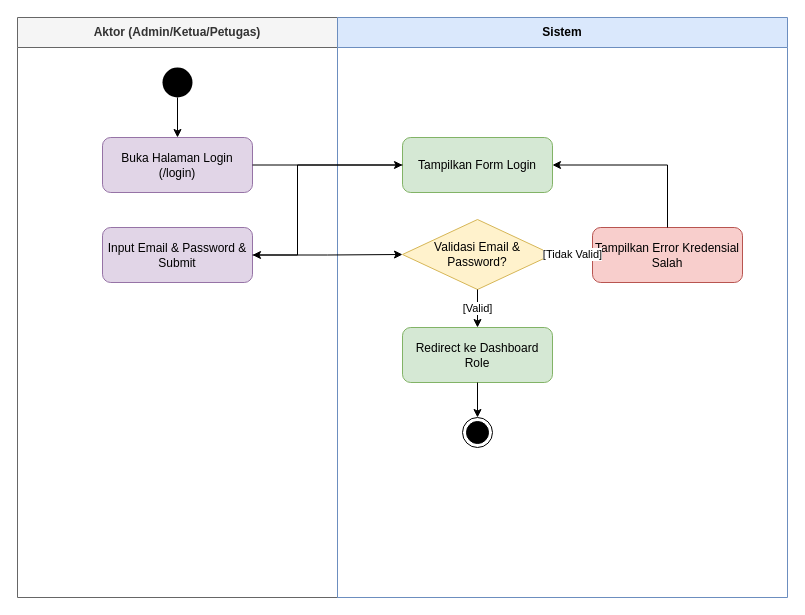
DaraAnggunJelita/jamur_tiram keeps this draw.io diagram as page "Login (Semua Role)" (1 of 16) of activity_diagram_lengkap.drawio. Above is the earlier version. Source tidied: cells renumbered, new cells numbered last; positions are measured from the earlier drawing's top-left corner, leaving out a move shared by most shapes. Both pictures are drawn from the tidied source at 100%, with x=0, y=0 at pixel (17, 17).
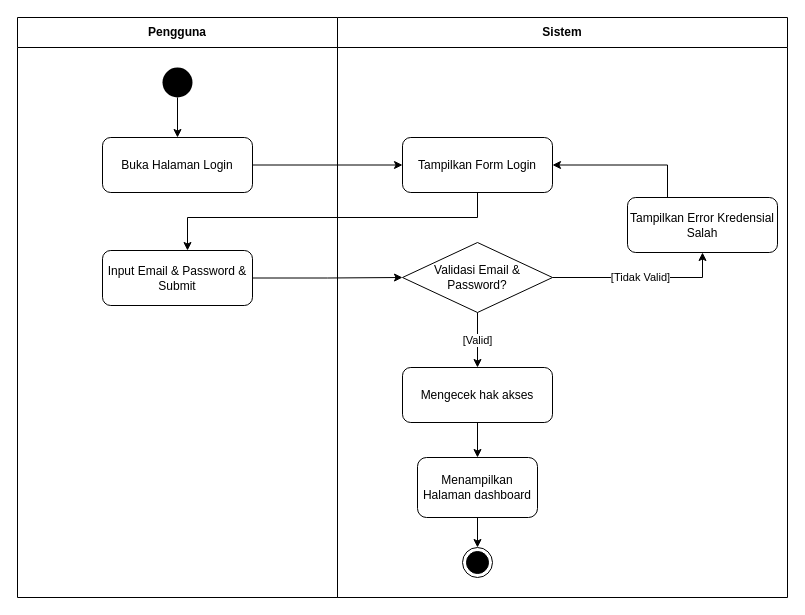
The same page after the edit.

Commit message (it also covers changes not shown here):
hapus pengaturan ews

The edit, as a diff of the source:
```diff
@@
-    <mxCell id="2" value="Aktor (Admin/Ketua/Petugas)" style="swimlane;whiteSpace=wrap;html=1;startSize=30;fillColor=#f5f5f5;fontColor=#333333;strokeColor=#666666;" parent="1" vertex="1">
+    <mxCell id="2" value="Pengguna" style="swimlane;whiteSpace=wrap;html=1;startSize=30;" parent="1" vertex="1">
       <mxGeometry width="320" height="580" as="geometry" />
     </mxCell>
+    <mxCell id="7" value="Input Email &amp; Password &amp; Submit" style="rounded=1;whiteSpace=wrap;html=1;" parent="2" vertex="1">
+      <mxGeometry x="85" y="233" width="150" height="55" as="geometry" />
+    </mxCell>
-    <mxCell id="3" value="Sistem" style="swimlane;whiteSpace=wrap;html=1;startSize=30;fillColor=#dae8fc;strokeColor=#6c8ebf;" parent="1" vertex="1">
+    <mxCell id="3" value="Sistem" style="swimlane;whiteSpace=wrap;html=1;startSize=30;" parent="1" vertex="1">
       <mxGeometry x="320" width="450" height="580" as="geometry" />
     </mxCell>
+    <mxCell id="11" style="ellipse;shape=endState;fillColor=#000000;strokeColor=#000000;html=1;" parent="3" vertex="1">
+      <mxGeometry x="125" y="530" width="30" height="30" as="geometry" />
+    </mxCell>
+    <mxCell id="20" style="edgeStyle=orthogonalEdgeStyle;rounded=0;jettySize=auto;html=1;" parent="3" edge="1" source="10" target="22">
+      <mxGeometry relative="1" as="geometry" />
+    </mxCell>
+    <mxCell id="10" value="Mengecek hak akses" style="rounded=1;whiteSpace=wrap;html=1;" parent="3" vertex="1">
+      <mxGeometry x="65" y="350" width="150" height="55" as="geometry" />
+    </mxCell>
+    <mxCell id="8" value="Validasi Email &amp; Password?" style="rhombus;whiteSpace=wrap;html=1;" parent="3" vertex="1">
+      <mxGeometry x="65" y="225" width="150" height="70" as="geometry" />
+    </mxCell>
+    <mxCell id="18" value="[Valid]" style="edgeStyle=orthogonalEdgeStyle;rounded=0;html=1;jettySize=auto;exitX=0.5;exitY=1;entryX=0.5;entryY=0;" parent="3" edge="1" source="8" target="10">
+      <mxGeometry relative="1" as="geometry" />
+    </mxCell>
+    <mxCell id="9" value="Tampilkan Error Kredensial Salah" style="rounded=1;whiteSpace=wrap;html=1;" parent="3" vertex="1">
+      <mxGeometry x="290" y="180" width="150" height="55" as="geometry" />
+    </mxCell>
+    <mxCell id="16" value="[Tidak Valid]" style="edgeStyle=orthogonalEdgeStyle;rounded=0;html=1;jettySize=auto;exitX=1;exitY=0.5;" parent="3" edge="1" source="8" target="9">
+      <mxGeometry relative="1" as="geometry">
+        <Array as="points">
+          <mxPoint x="365" y="260" />
+        </Array>
+      </mxGeometry>
+    </mxCell>
+    <mxCell id="21" style="edgeStyle=orthogonalEdgeStyle;rounded=0;jettySize=auto;html=1;" parent="3" edge="1" source="22" target="11">
+      <mxGeometry relative="1" as="geometry" />
+    </mxCell>
+    <mxCell id="22" value="Menampilkan Halaman dashboard" style="whiteSpace=wrap;html=1;rounded=1;" parent="3" vertex="1">
+      <mxGeometry x="80" y="440" width="120" height="60" as="geometry" />
+    </mxCell>
@@
-    <mxCell id="5" value="Buka Halaman Login (/login)" style="rounded=1;whiteSpace=wrap;html=1;fillColor=#e1d5e7;strokeColor=#9673a6;" parent="1" vertex="1">
+    <mxCell id="5" value="Buka Halaman Login" style="rounded=1;whiteSpace=wrap;html=1;" parent="1" vertex="1">
       <mxGeometry x="85" y="120" width="150" height="55" as="geometry" />
     </mxCell>
-    <mxCell id="6" value="Tampilkan Form Login" style="rounded=1;whiteSpace=wrap;html=1;fillColor=#d5e8d4;strokeColor=#82b366;" parent="1" vertex="1">
+    <mxCell id="6" value="Tampilkan Form Login" style="rounded=1;whiteSpace=wrap;html=1;" parent="1" vertex="1">
       <mxGeometry x="385" y="120" width="150" height="55" as="geometry" />
     </mxCell>
-    <mxCell id="7" value="Input Email &amp; Password &amp; Submit" style="rounded=1;whiteSpace=wrap;html=1;fillColor=#e1d5e7;strokeColor=#9673a6;" parent="1" vertex="1">
-      <mxGeometry x="85" y="210" width="150" height="55" as="geometry" />
-    </mxCell>
-    <mxCell id="8" value="Validasi Email &amp; Password?" style="rhombus;whiteSpace=wrap;html=1;fillColor=#fff2cc;strokeColor=#d6b656;" parent="1" vertex="1">
-      <mxGeometry x="385" y="202" width="150" height="70" as="geometry" />
-    </mxCell>
-    <mxCell id="9" value="Tampilkan Error Kredensial Salah" style="rounded=1;whiteSpace=wrap;html=1;fillColor=#f8cecc;strokeColor=#b85450;" parent="1" vertex="1">
-      <mxGeometry x="575" y="210" width="150" height="55" as="geometry" />
-    </mxCell>
-    <mxCell id="10" value="Redirect ke Dashboard Role" style="rounded=1;whiteSpace=wrap;html=1;fillColor=#d5e8d4;strokeColor=#82b366;" parent="1" vertex="1">
-      <mxGeometry x="385" y="310" width="150" height="55" as="geometry" />
-    </mxCell>
-    <mxCell id="11" style="ellipse;shape=endState;fillColor=#000000;strokeColor=#000000;html=1;" parent="1" vertex="1">
-      <mxGeometry x="445" y="400" width="30" height="30" as="geometry" />
-    </mxCell>
@@
-    <mxCell id="13" style="edgeStyle=orthogonalEdgeStyle;rounded=0;html=1;jettySize=auto;strokeColor=#000000;exitX=1;exitY=0.5;entryX=0;entryY=0.5;" parent="1" edge="1" source="5" target="6">
+    <mxCell id="13" style="edgeStyle=orthogonalEdgeStyle;rounded=0;html=1;jettySize=auto;exitX=1;exitY=0.5;entryX=0;entryY=0.5;" parent="1" edge="1" source="5" target="6">
       <mxGeometry relative="1" as="geometry" />
     </mxCell>
-    <mxCell id="14" style="edgeStyle=orthogonalEdgeStyle;rounded=0;html=1;jettySize=auto;strokeColor=#000000;exitX=0;exitY=0.5;entryX=1;entryY=0.5;" parent="1" edge="1" source="6" target="7">
+    <mxCell id="14" style="edgeStyle=orthogonalEdgeStyle;rounded=0;html=1;jettySize=auto;" parent="1" edge="1" source="6" target="7">
       <mxGeometry relative="1" as="geometry">
         <Array as="points">
-          <mxPoint x="280" y="147.5" />
-          <mxPoint x="280" y="237.5" />
+          <mxPoint x="460" y="200" />
+          <mxPoint x="170" y="200" />
         </Array>
       </mxGeometry>
     </mxCell>
-    <mxCell id="15" style="edgeStyle=orthogonalEdgeStyle;rounded=0;html=1;jettySize=auto;strokeColor=#000000;exitX=1;exitY=0.5;entryX=0;entryY=0.5;" parent="1" edge="1" source="7" target="8">
+    <mxCell id="15" style="edgeStyle=orthogonalEdgeStyle;rounded=0;html=1;jettySize=auto;exitX=1;exitY=0.5;entryX=0;entryY=0.5;" parent="1" edge="1" source="7" target="8">
       <mxGeometry relative="1" as="geometry" />
     </mxCell>
-    <mxCell id="16" value="[Tidak Valid]" style="edgeStyle=orthogonalEdgeStyle;rounded=0;html=1;jettySize=auto;strokeColor=#000000;exitX=1;exitY=0.5;entryX=0;entryY=0.5;" parent="1" edge="1" source="8" target="9">
-      <mxGeometry relative="1" as="geometry" />
-    </mxCell>
-    <mxCell id="17" style="edgeStyle=orthogonalEdgeStyle;rounded=0;html=1;jettySize=auto;strokeColor=#000000;exitX=0.5;exitY=0;entryX=1;entryY=0.5;" parent="1" edge="1" source="9" target="6">
+    <mxCell id="17" style="edgeStyle=orthogonalEdgeStyle;rounded=0;html=1;jettySize=auto;exitX=0.5;exitY=0;entryX=1;entryY=0.5;" parent="1" edge="1" source="9" target="6">
       <mxGeometry relative="1" as="geometry">
         <Array as="points">
           <mxPoint x="650" y="147.5" />
         </Array>
       </mxGeometry>
     </mxCell>
-    <mxCell id="18" value="[Valid]" style="edgeStyle=orthogonalEdgeStyle;rounded=0;html=1;jettySize=auto;strokeColor=#000000;exitX=0.5;exitY=1;entryX=0.5;entryY=0;" parent="1" edge="1" source="8" target="10">
-      <mxGeometry relative="1" as="geometry" />
-    </mxCell>
-    <mxCell id="19" style="edgeStyle=orthogonalEdgeStyle;rounded=0;html=1;jettySize=auto;strokeColor=#000000;exitX=0.5;exitY=1;entryX=0.5;entryY=0;" parent="1" edge="1" source="10" target="11">
-      <mxGeometry relative="1" as="geometry" />
-    </mxCell>
```
